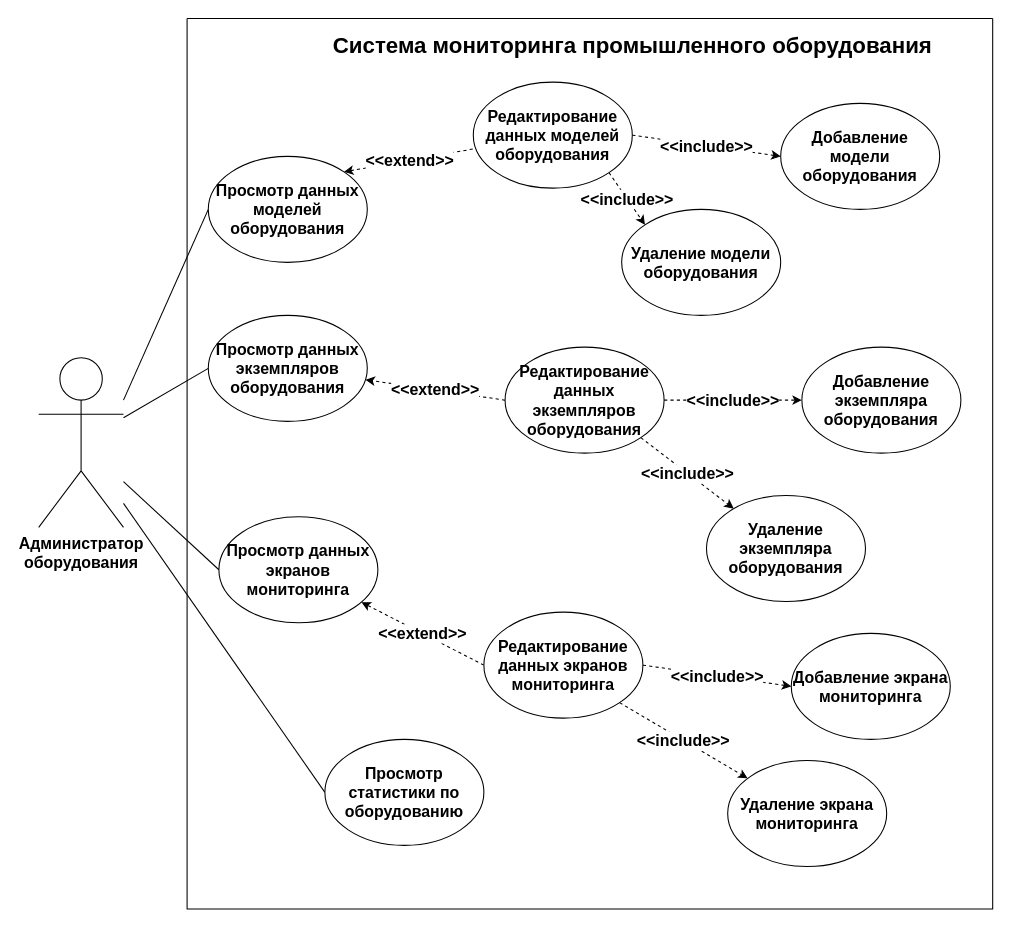
This is design_section/diagrams/eq_admin_prec.drawio from qwerfah/software-engineering-methodology, a draw.io file, before an edit. Source tidied: cells renumbered, new cells numbered last; positions are measured from the earlier drawing's top-left corner, leaving out a move shared by most shapes. Both pictures are drawn from the tidied source at 106%, with x=0, y=0 at pixel (38, 18).
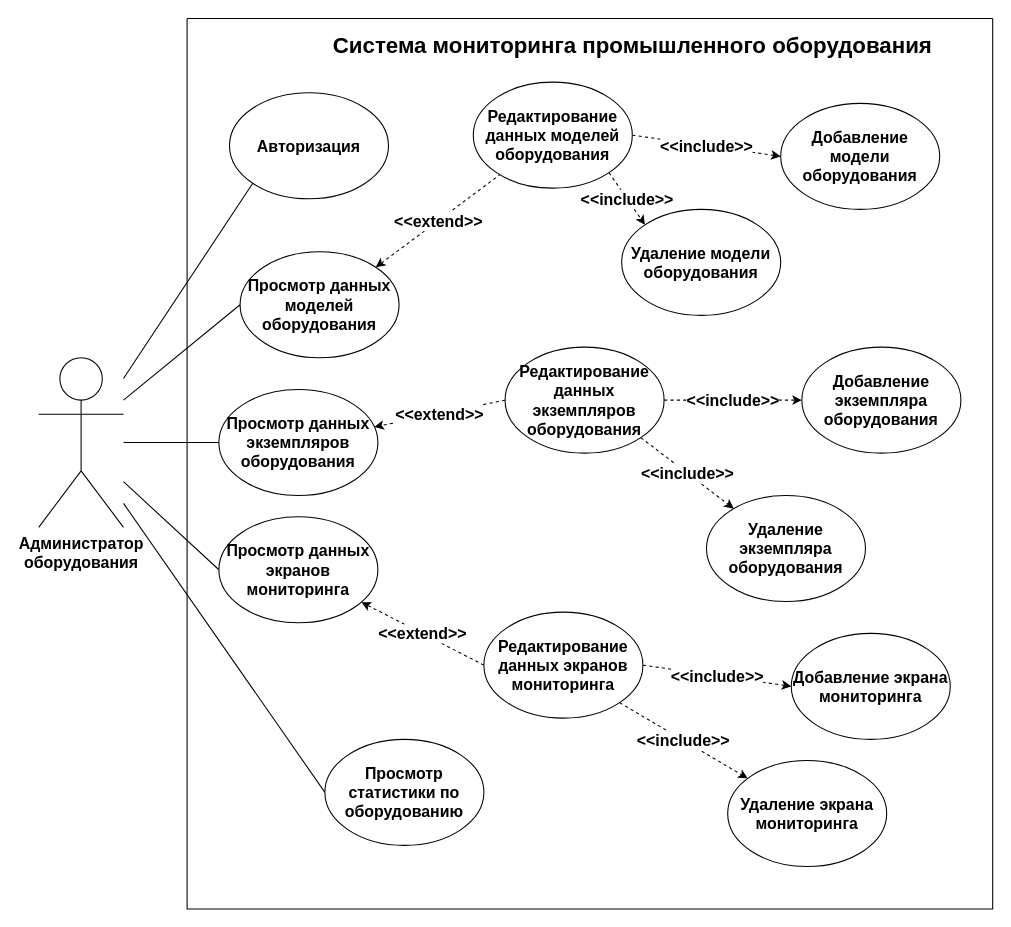
The same page after the edit.

The change refers to these unchanged cells:
```xml
<mxCell id="4" value="Администратор&lt;br style=&quot;font-size: 15px&quot;&gt;оборудования" style="shape=umlActor;verticalLabelPosition=bottom;verticalAlign=top;html=1;outlineConnect=0;fontSize=15;fontStyle=1;" parent="1" vertex="1">
  <mxGeometry y="320" width="80" height="160" as="geometry" />
</mxCell>
<mxCell id="5" style="swimlane;startSize=0;fontSize=15;fontStyle=1;" parent="1" vertex="1">
  <mxGeometry x="140" width="760" height="840" as="geometry" />
</mxCell>
```

Change to the diagram source:
```diff
@@
     <mxCell id="8" value="Просмотр данных моделей оборудования" style="ellipse;whiteSpace=wrap;html=1;fontSize=15;fontStyle=1;" parent="5" vertex="1">
-      <mxGeometry x="20" y="130" width="150" height="100" as="geometry" />
+      <mxGeometry x="50" y="220" width="150" height="100" as="geometry" />
     </mxCell>
@@
     <mxCell id="15" value="Просмотр данных экземпляров оборудования" style="ellipse;whiteSpace=wrap;html=1;fontSize=15;fontStyle=1;" parent="5" vertex="1">
-      <mxGeometry x="20" y="280" width="150" height="100" as="geometry" />
+      <mxGeometry x="30" y="350" width="150" height="100" as="geometry" />
     </mxCell>
@@
+    <mxCell id="31" value="Авторизация" style="ellipse;whiteSpace=wrap;html=1;fontSize=15;fontStyle=1;" parent="5" vertex="1">
+      <mxGeometry x="40" y="70" width="150" height="100" as="geometry" />
+    </mxCell>
@@
+    <mxCell id="32" style="edgeStyle=none;rounded=0;jettySize=auto;html=1;exitX=0;exitY=1;exitDx=0;exitDy=0;endArrow=none;endFill=0;" parent="1" edge="1" source="31" target="4">
+      <mxGeometry relative="1" as="geometry" />
+    </mxCell>
```
